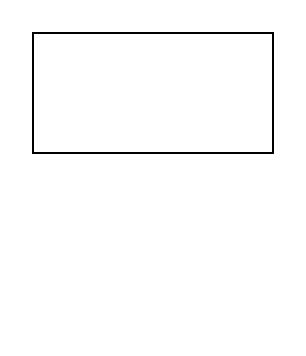
Before: Untitled Diagram.drawio in miracle-wy-666/my-graph, a draw.io diagram. Source tidied: cells renumbered, new cells numbered last; positions are measured from the earlier drawing's top-left corner, leaving out a move shared by most shapes. Both pictures are drawn from the tidied source at 200%, with x=0, y=0 at pixel (32, 32).
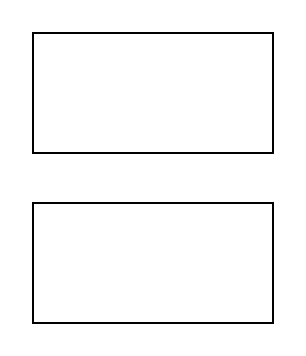
The same diagram, later.

Change to the diagram source:
```diff
@@
 <mxGraphModel>
   <root>
     <mxCell id="0" />
     <mxCell id="1" parent="0" />
     <mxCell id="2" style="rounded=0;whiteSpace=wrap;html=1;" parent="1" vertex="1">
       <mxGeometry width="120" height="60" as="geometry" />
     </mxCell>
+    <mxCell id="3" style="rounded=0;whiteSpace=wrap;html=1;" parent="1" vertex="1">
+      <mxGeometry y="85" width="120" height="60" as="geometry" />
+    </mxCell>
   </root>
 </mxGraphModel>
```
